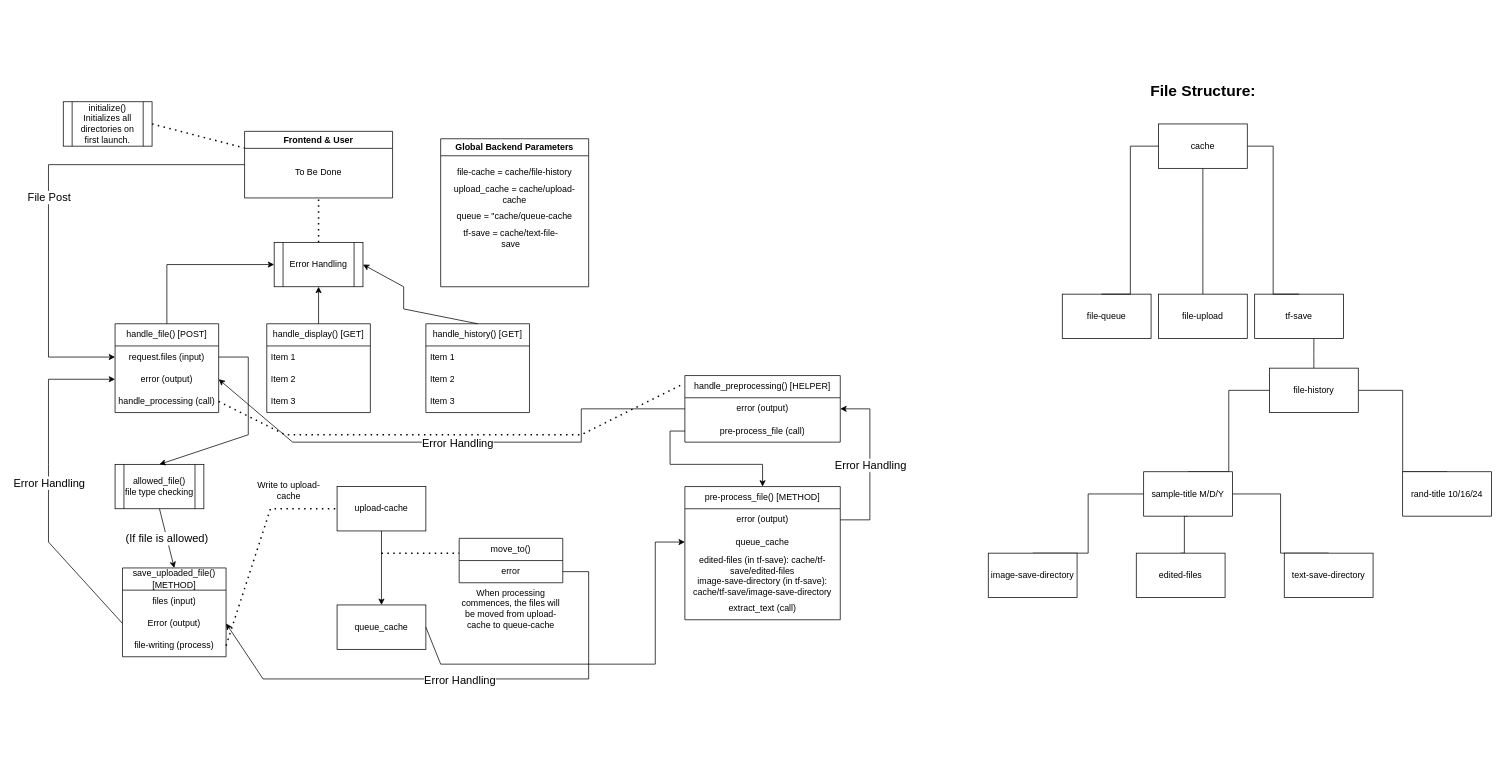
Above: designs/Backend Diagram.drawio in keh1nde/project-formulate (draw.io), before the change. Source tidied: cells renumbered, new cells numbered last; positions are measured from the earlier drawing's top-left corner, leaving out a move shared by most shapes. Both pictures are drawn from the tidied source at 74%, with x=0, y=0 at pixel (48, 64).
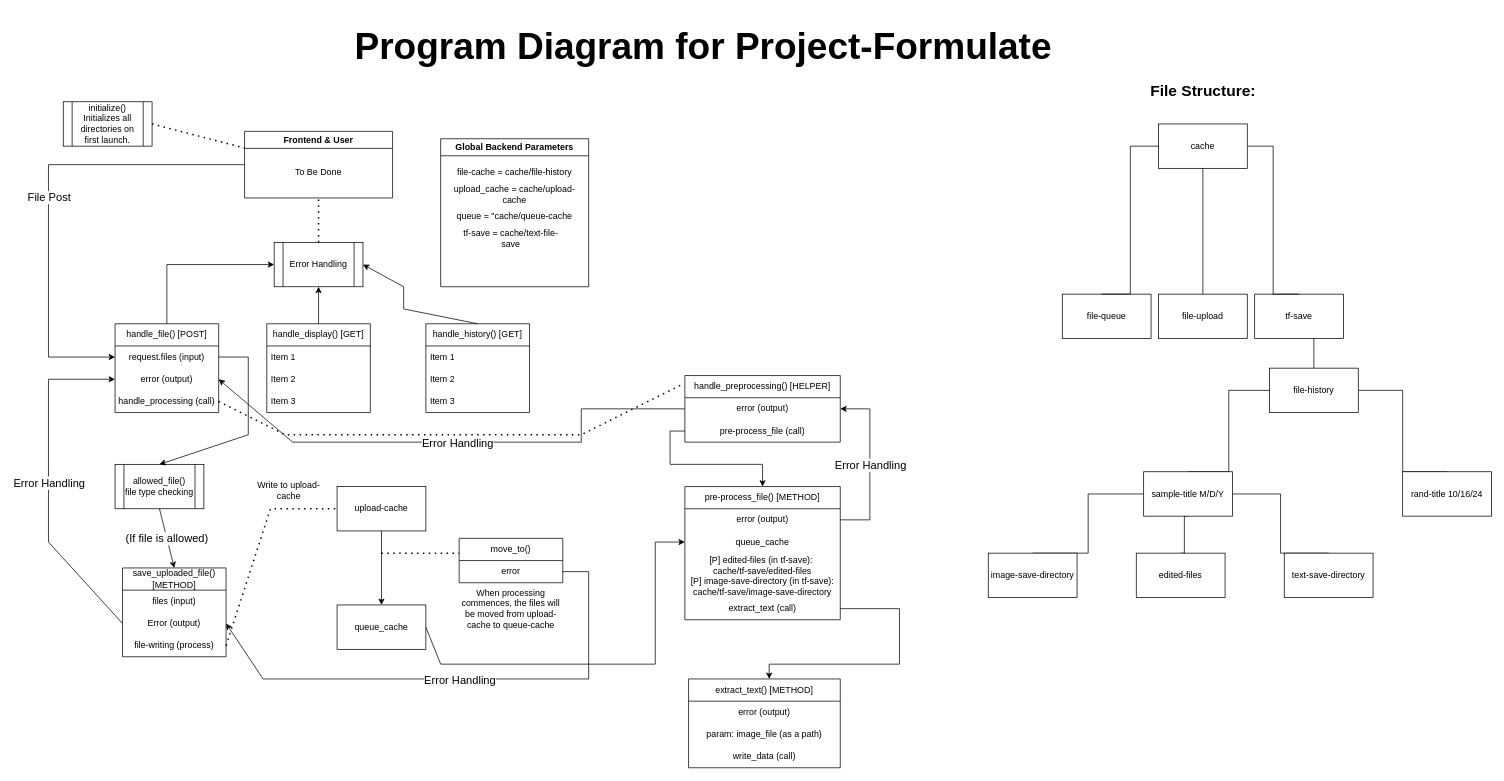
Above is the later version.

Commit message:
Update Backend Diagram.drawio, Included title and implementing extract_text()

The change refers to these unchanged cells:
```xml
<mxCell id="57" value="pre-process_file() [METHOD]" style="swimlane;fontStyle=0;horizontal=1;startSize=30;whiteSpace=wrap;html=1;" parent="1" vertex="1">
  <mxGeometry x="860" y="570" width="210" height="180" as="geometry" />
</mxCell>
<mxCell id="62" value="extract_text (call)" style="text;html=1;align=center;verticalAlign=middle;whiteSpace=wrap;rounded=0;" parent="57" vertex="1">
  <mxGeometry y="150" width="210" height="30" as="geometry" />
</mxCell>
```

What changed in the source:
```diff
@@
-    <mxCell id="60" value="edited-files (in tf-save): cache/tf-save/edited-files" style="text;strokeColor=none;fillColor=none;align=center;verticalAlign=middle;spacingLeft=4;spacingRight=4;overflow=hidden;whiteSpace=wrap;html=1;" parent="57" vertex="1">
+    <mxCell id="60" value="[P] edited-files (in tf-save):&amp;nbsp;&lt;div&gt;cache/tf-save/edited-files&lt;/div&gt;" style="text;strokeColor=none;fillColor=none;align=center;verticalAlign=middle;spacingLeft=4;spacingRight=4;overflow=hidden;whiteSpace=wrap;html=1;" parent="57" vertex="1">
       <mxGeometry y="90" width="210" height="30" as="geometry" />
     </mxCell>
-    <mxCell id="61" value="image-save-directory (in tf-save): cache/tf-save/image-save-directory" style="text;html=1;align=center;verticalAlign=middle;whiteSpace=wrap;rounded=0;" parent="57" vertex="1">
+    <mxCell id="61" value="[P] image-save-directory (in tf-save): cache/tf-save/image-save-directory" style="text;html=1;align=center;verticalAlign=middle;whiteSpace=wrap;rounded=0;" parent="57" vertex="1">
       <mxGeometry y="120" width="210" height="30" as="geometry" />
     </mxCell>
@@
+    <mxCell id="87" style="endArrow=classic;html=1;rounded=0;exitX=1;exitY=0.5;exitDx=0;exitDy=0;entryX=0.531;entryY=0;entryDx=0;entryDy=0;entryPerimeter=0;" parent="1" edge="1" source="62" target="88">
+      <mxGeometry relative="1" as="geometry">
+        <Array as="points">
+          <mxPoint x="1150" y="735" />
+          <mxPoint x="1150" y="810" />
+          <mxPoint x="974" y="810" />
+        </Array>
+      </mxGeometry>
+    </mxCell>
+    <mxCell id="88" value="extract_text() [METHOD]" style="swimlane;fontStyle=0;horizontal=1;startSize=30;whiteSpace=wrap;html=1;" parent="1" vertex="1">
+      <mxGeometry x="865" y="830" width="205" height="120" as="geometry" />
+    </mxCell>
+    <mxCell id="89" value="error (output)" style="text;strokeColor=none;fillColor=none;align=center;verticalAlign=middle;spacingLeft=4;spacingRight=4;overflow=hidden;whiteSpace=wrap;html=1;" parent="88" vertex="1">
+      <mxGeometry y="30" width="205" height="30" as="geometry" />
+    </mxCell>
+    <mxCell id="90" value="param: image_file (as a path)" style="text;html=1;align=center;verticalAlign=middle;whiteSpace=wrap;rounded=0;" parent="88" vertex="1">
+      <mxGeometry y="60" width="205" height="30" as="geometry" />
+    </mxCell>
+    <mxCell id="91" value="write_data (call)" style="text;strokeColor=none;fillColor=none;align=center;verticalAlign=middle;spacingLeft=4;spacingRight=4;overflow=hidden;whiteSpace=wrap;html=1;" parent="88" vertex="1">
+      <mxGeometry y="90" width="205" height="30" as="geometry" />
+    </mxCell>
+    <mxCell id="92" value="&lt;h2&gt;&lt;font style=&quot;font-size: 50px;&quot;&gt;Program Diagram for Project-Formulate&lt;/font&gt;&lt;/h2&gt;" style="text;html=1;align=center;verticalAlign=middle;whiteSpace=wrap;rounded=0;" parent="1" vertex="1">
+      <mxGeometry x="265" y="-40" width="1240" height="30" as="geometry" />
+    </mxCell>
```
